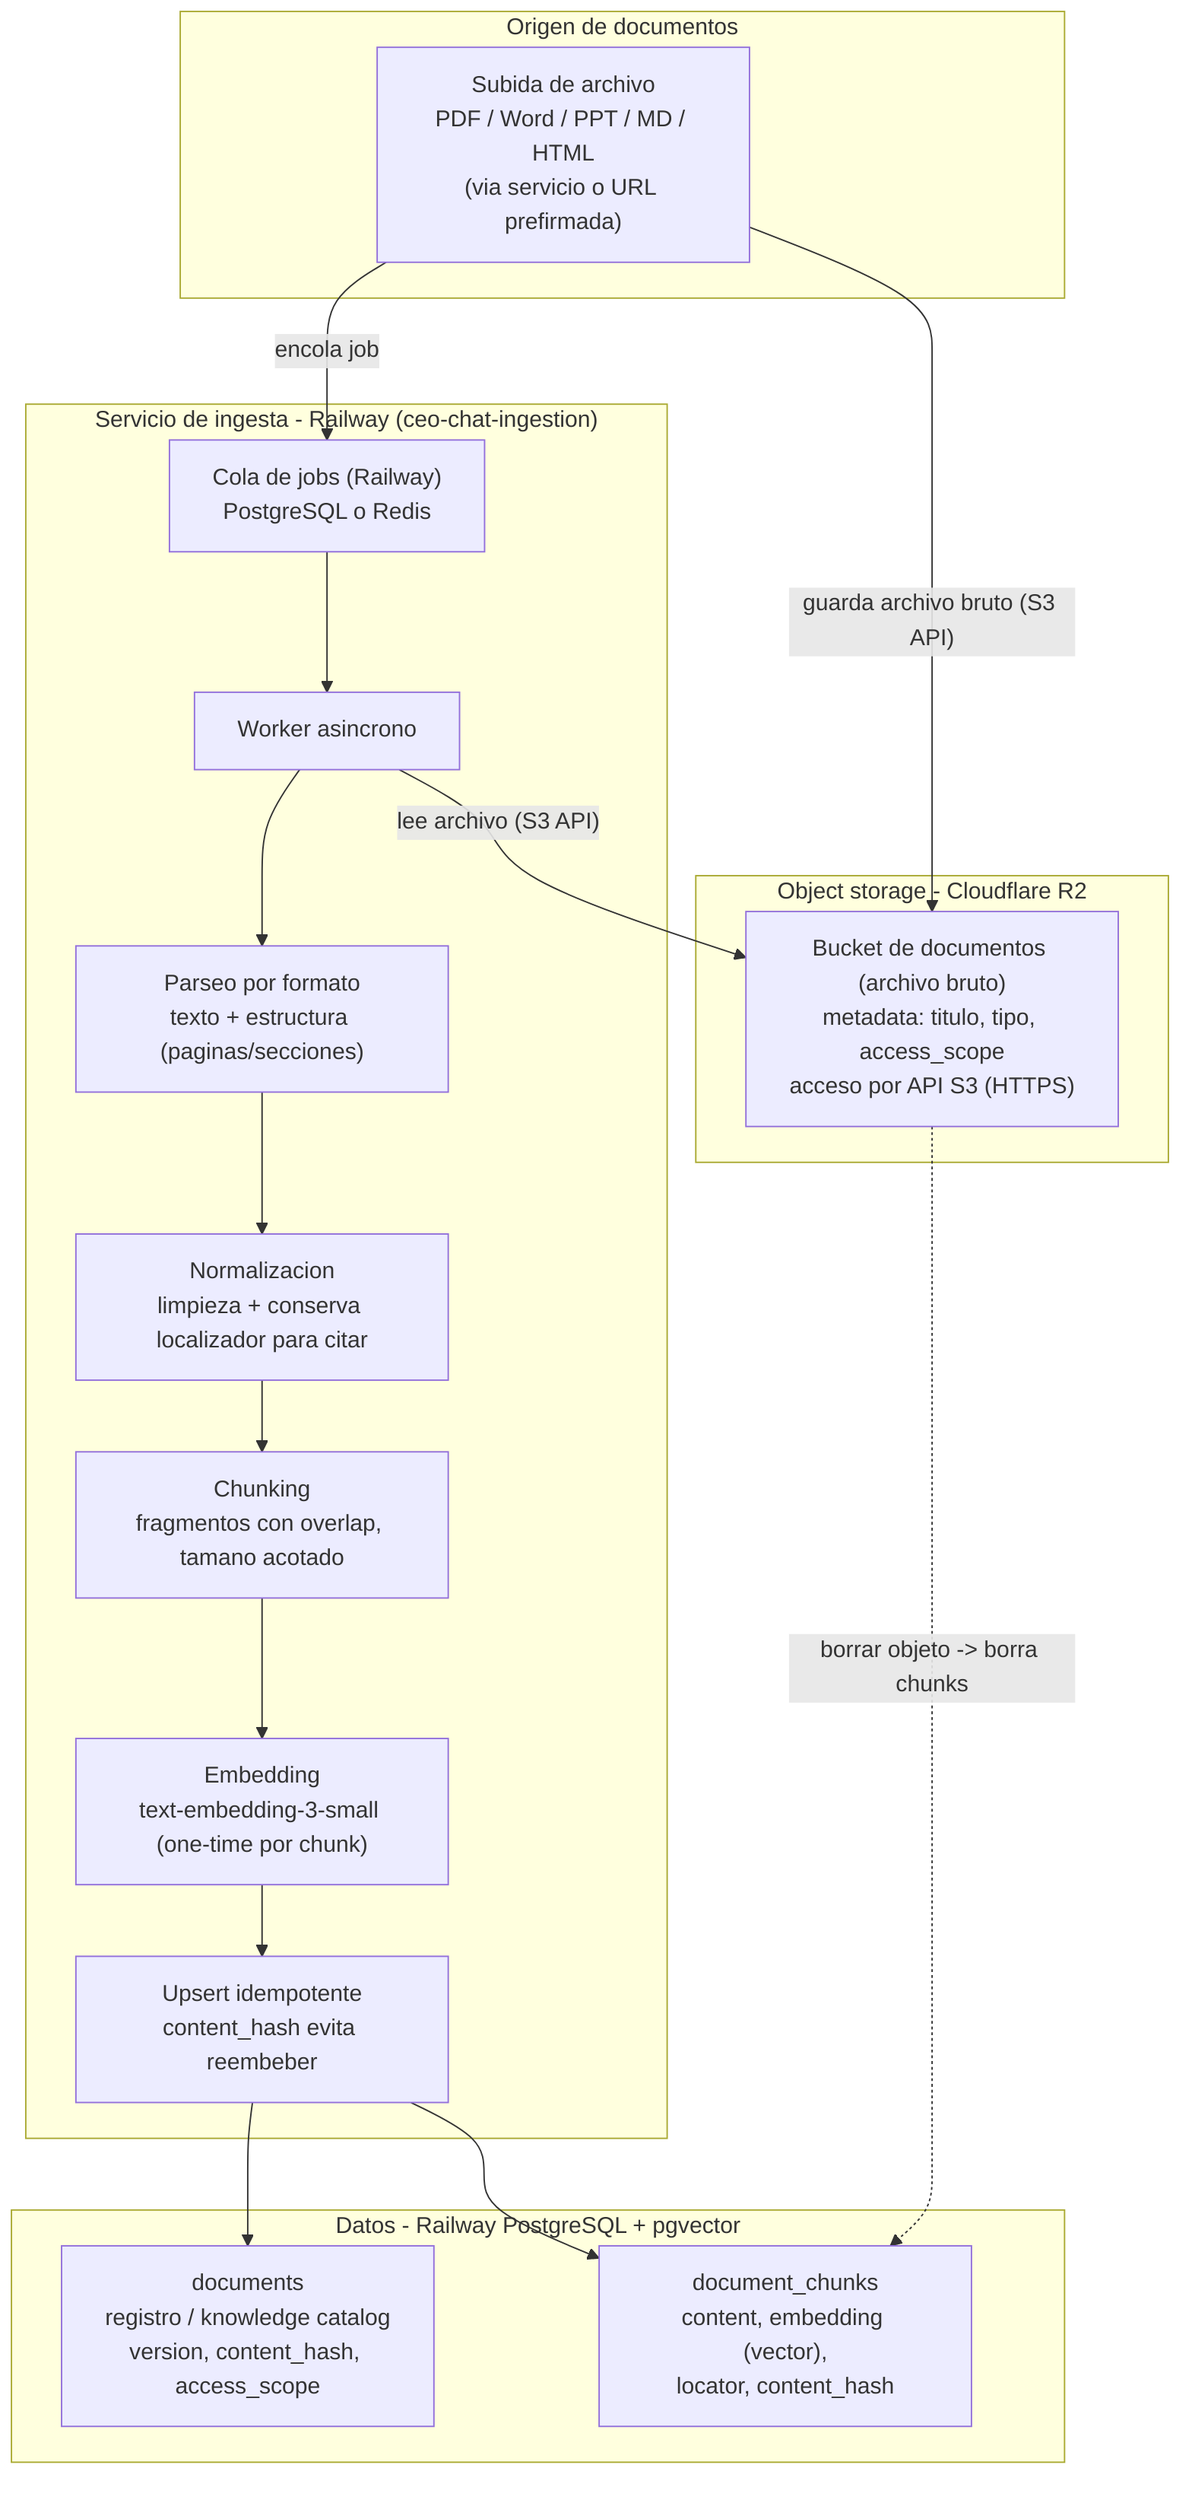
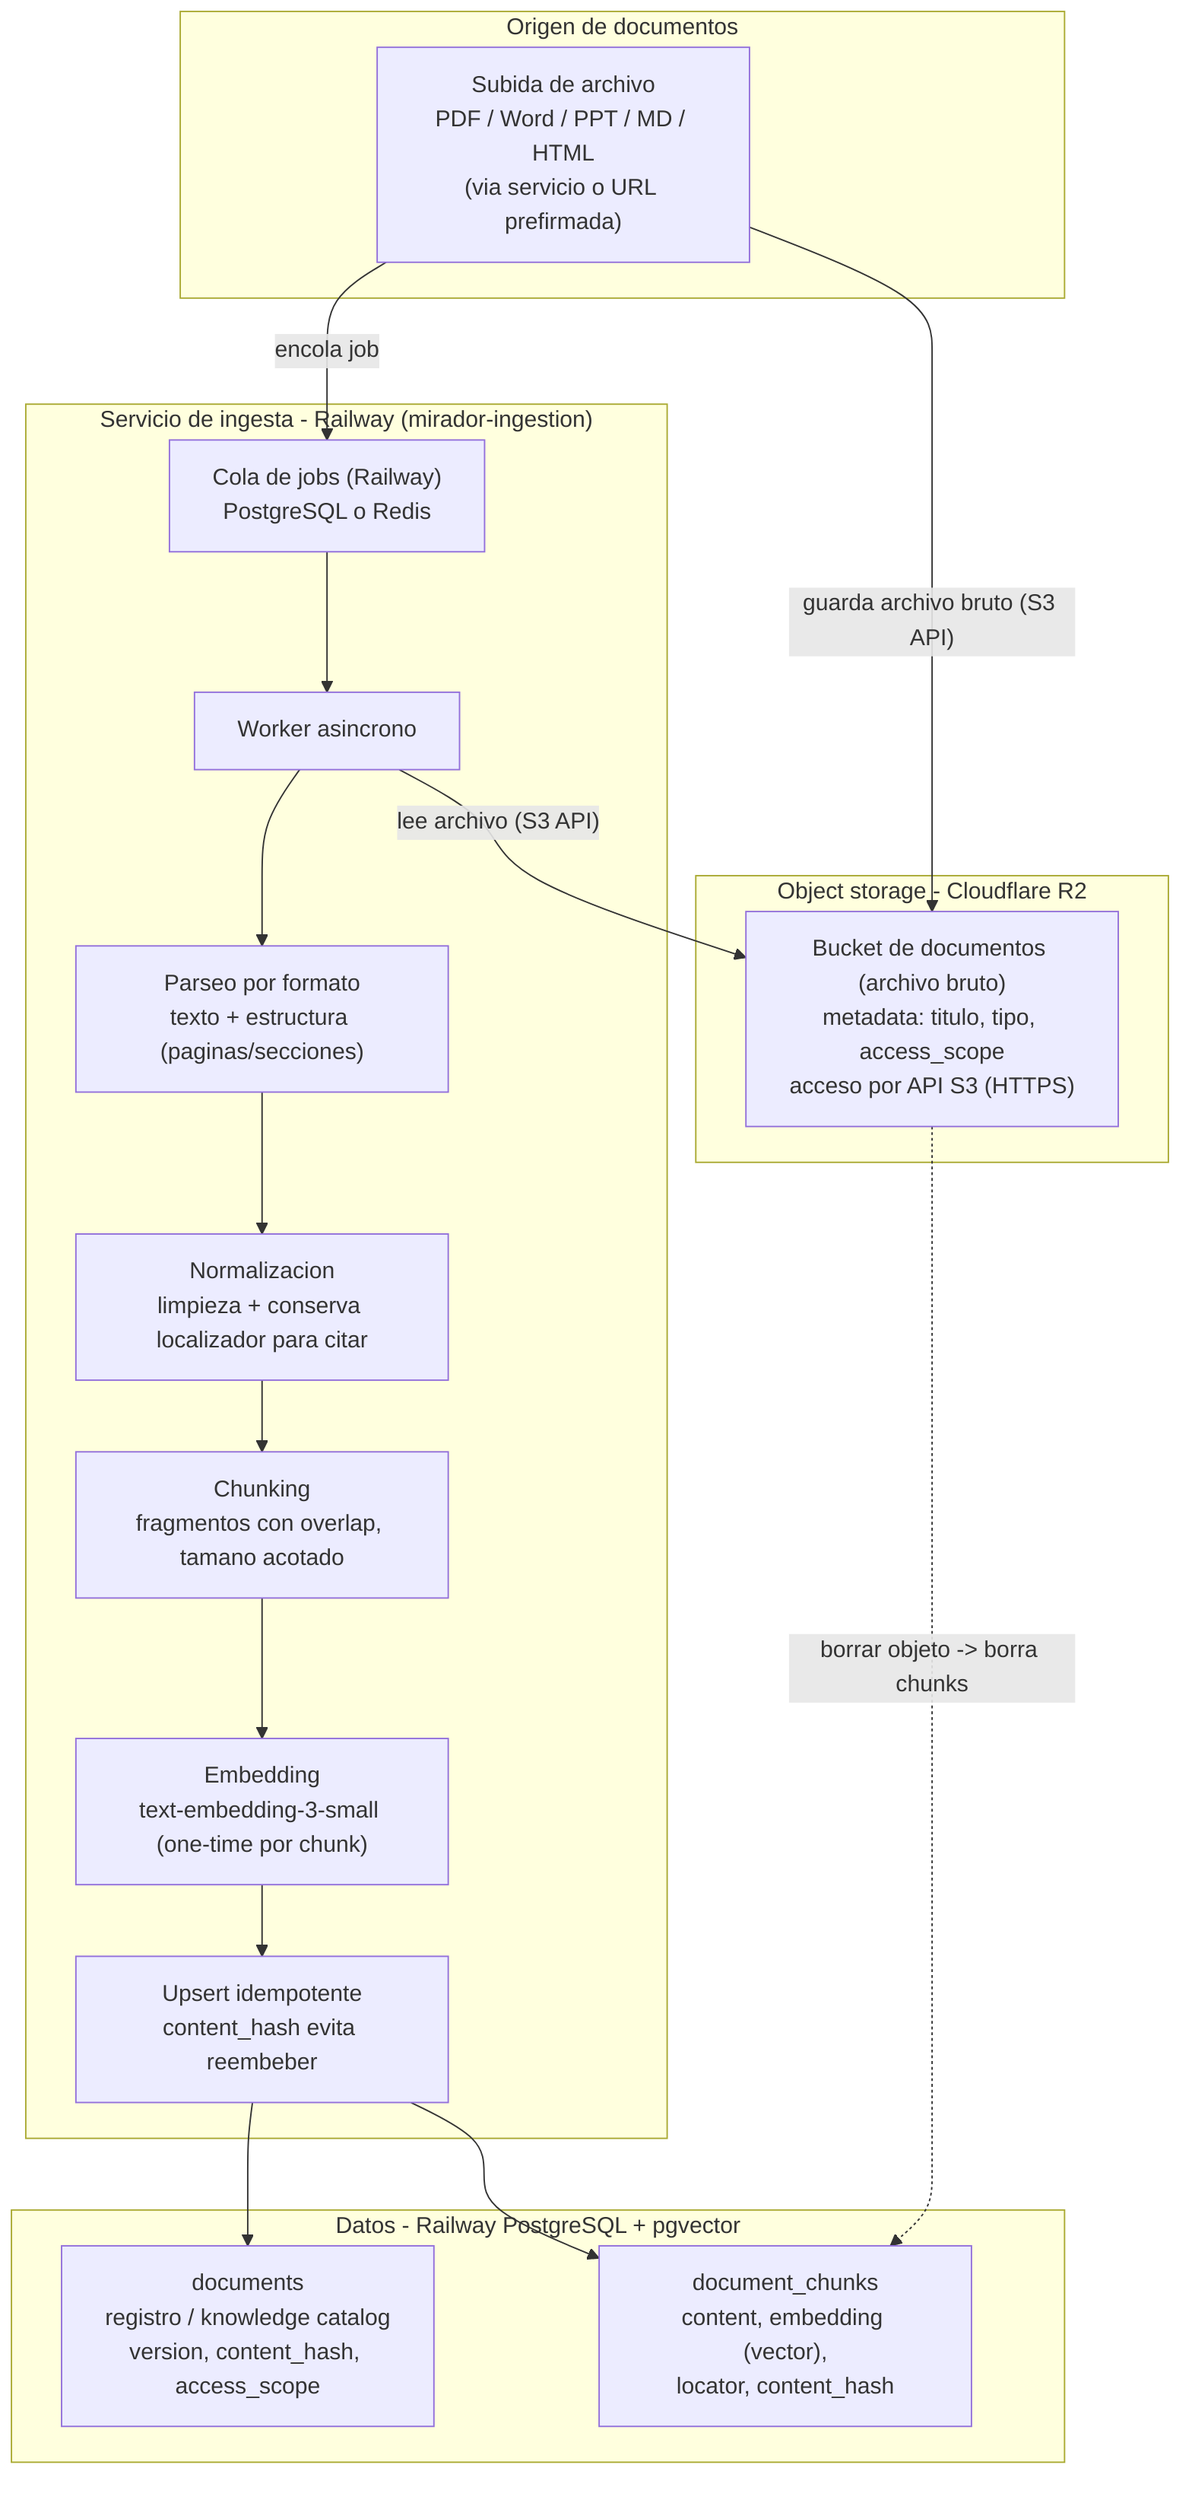
%% Pipeline de ingesta RAG automatizada (ADR-0008).
%% Archivo bruto en Cloudflare R2 (API S3, sin bindings). Cola/trigger interna de Railway
%% (NO Cloudflare Queues). Embeddings en pgvector. La ingesta corre fuera del hot path.
flowchart TD
  subgraph source["Origen de documentos"]
    Upload["Subida de archivo\nPDF / Word / PPT / MD / HTML\n(via servicio o URL prefirmada)"]
  end

  subgraph storage["Object storage - Cloudflare R2"]
    R2["Bucket de documentos (archivo bruto)\nmetadata: titulo, tipo, access_scope\nacceso por API S3 (HTTPS)"]
  end

-   subgraph ingestion["Servicio de ingesta - Railway (ceo-chat-ingestion)"]
+   subgraph ingestion["Servicio de ingesta - Railway (mirador-ingestion)"]
    Queue["Cola de jobs (Railway)\nPostgreSQL o Redis"]
    Worker["Worker asincrono"]
    Parse["Parseo por formato\ntexto + estructura (paginas/secciones)"]
    Normalize["Normalizacion\nlimpieza + conserva localizador para citar"]
    Chunk["Chunking\nfragmentos con overlap, tamano acotado"]
    Embed["Embedding\ntext-embedding-3-small (one-time por chunk)"]
    Upsert["Upsert idempotente\ncontent_hash evita reembeber"]
  end

  subgraph data["Datos - Railway PostgreSQL + pgvector"]
    Documents["documents\nregistro / knowledge catalog\nversion, content_hash, access_scope"]
    Chunks["document_chunks\ncontent, embedding (vector),\nlocator, content_hash"]
  end

  Upload -->|"guarda archivo bruto (S3 API)"| R2
  Upload -->|"encola job"| Queue
  Queue --> Worker
  Worker -->|"lee archivo (S3 API)"| R2
  Worker --> Parse
  Parse --> Normalize
  Normalize --> Chunk
  Chunk --> Embed
  Embed --> Upsert
  Upsert --> Documents
  Upsert --> Chunks
  R2 -. "borrar objeto -> borra chunks" .-> Chunks
